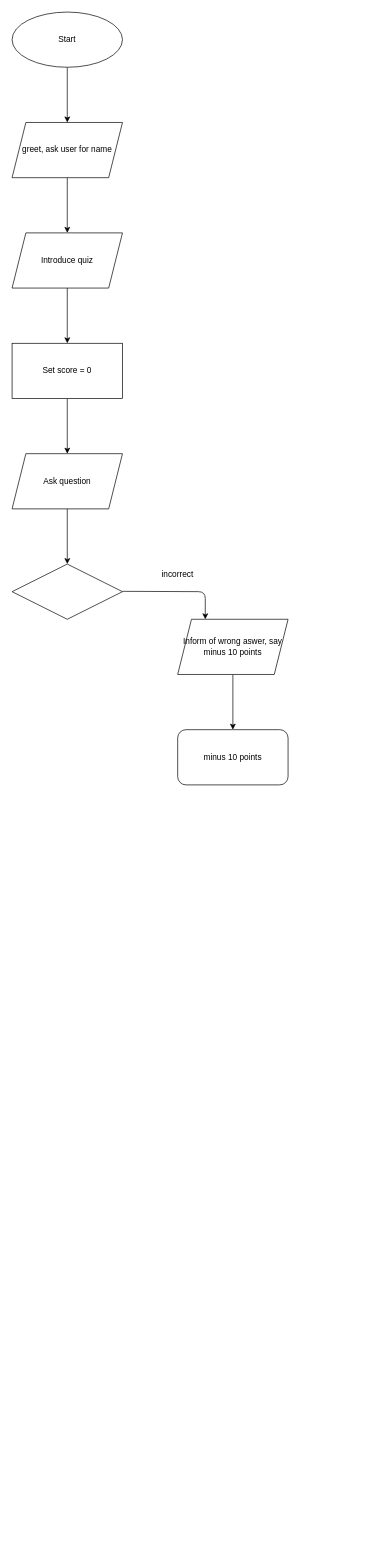
The draw.io diagram main/fLOW CHART.drawio in ASDAH-Digtal/level-1-python-quiz-tevita-man, before the edit. Source tidied: cells renumbered, new cells numbered last; positions are measured from the earlier drawing's top-left corner, leaving out a move shared by most shapes. Both pictures are drawn from the tidied source at 69%, with x=0, y=0 at pixel (12, 12).
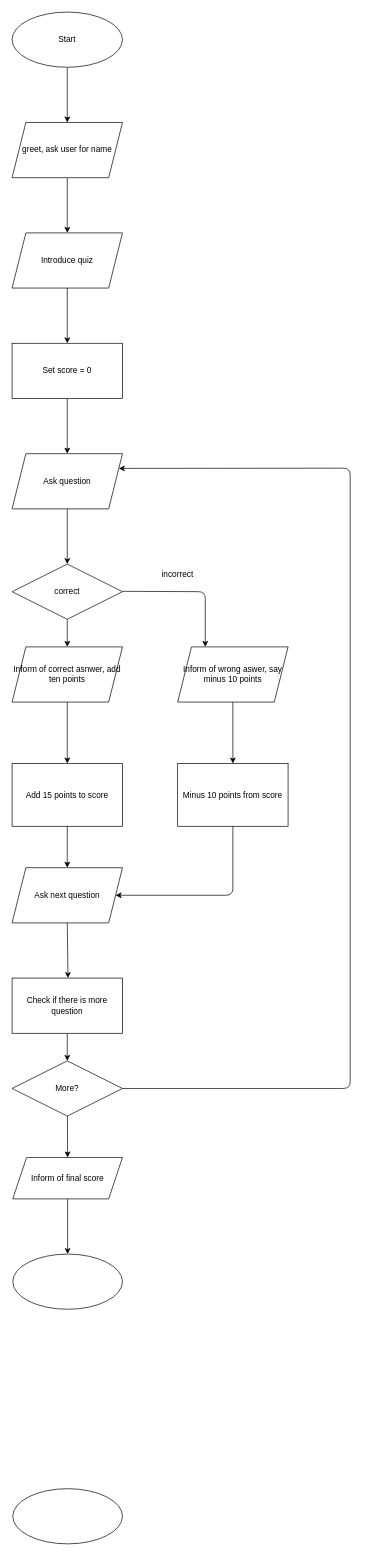
After the change.

Commit message:
Completed flow chart

The change refers to these unchanged cells:
```xml
<mxCell id="11" value="Ask question" style="shape=parallelogram;perimeter=parallelogramPerimeter;whiteSpace=wrap;html=1;fixedSize=1;" parent="1" vertex="1">
  <mxGeometry y="640" width="160" height="80" as="geometry" />
</mxCell>
```

Change to the diagram source:
```diff
@@
+    <mxCell id="18" style="edgeStyle=none;html=1;" parent="1" edge="1" source="12" target="21">
+      <mxGeometry relative="1" as="geometry" />
+    </mxCell>
-    <mxCell id="12" style="rhombus;whiteSpace=wrap;html=1;" parent="1" vertex="1">
+    <mxCell id="12" value="correct" style="rhombus;whiteSpace=wrap;html=1;" parent="1" vertex="1">
       <mxGeometry y="800" width="160" height="80" as="geometry" />
     </mxCell>
-    <mxCell id="13" style="endArrow=classic;html=1;" parent="1" edge="1">
+    <mxCell id="13" style="endArrow=classic;html=1;entryX=0.25;entryY=0;entryDx=0;entryDy=0;" parent="1" edge="1" target="16">
       <mxGeometry relative="1" as="geometry">
         <mxPoint x="160" y="839.5" as="sourcePoint" />
-        <mxPoint x="280" y="880" as="targetPoint" />
         <Array as="points">
           <mxPoint x="280" y="840" />
         </Array>
       </mxGeometry>
     </mxCell>
@@
-    <mxCell id="15" style="edgeStyle=none;html=1;exitX=0.5;exitY=1;exitDx=0;exitDy=0;entryX=0.5;entryY=0;entryDx=0;entryDy=0;" parent="1" edge="1" source="16" target="17">
-      <mxGeometry relative="1" as="geometry" />
-    </mxCell>
+    <mxCell id="19" style="edgeStyle=none;html=1;" parent="1" edge="1" source="16" target="23">
+      <mxGeometry relative="1" as="geometry" />
+    </mxCell>
     <mxCell id="16" value="Inform of wrong aswer, say minus 10 points" style="shape=parallelogram;perimeter=parallelogramPerimeter;whiteSpace=wrap;html=1;fixedSize=1;" parent="1" vertex="1">
-      <mxGeometry x="240" y="880" width="160" height="80" as="geometry" />
+      <mxGeometry x="240" y="920" width="160" height="80" as="geometry" />
     </mxCell>
-    <mxCell id="17" value="minus 10 points" style="rounded=1;whiteSpace=wrap;html=1;" parent="1" vertex="1">
-      <mxGeometry x="240" y="1040" width="160" height="80" as="geometry" />
-    </mxCell>
+    <mxCell id="20" style="edgeStyle=none;html=1;" parent="1" edge="1" source="21" target="25">
+      <mxGeometry relative="1" as="geometry" />
+    </mxCell>
+    <mxCell id="21" value="Inform of correct asnwer, add ten points" style="shape=parallelogram;perimeter=parallelogramPerimeter;whiteSpace=wrap;html=1;fixedSize=1;" parent="1" vertex="1">
+      <mxGeometry y="920" width="160" height="80" as="geometry" />
+    </mxCell>
+    <mxCell id="22" style="edgeStyle=none;html=1;exitX=0.5;exitY=1;exitDx=0;exitDy=0;entryX=1;entryY=0.5;entryDx=0;entryDy=0;" parent="1" edge="1" source="23" target="27">
+      <mxGeometry relative="1" as="geometry">
+        <Array as="points">
+          <mxPoint x="320" y="1280" />
+        </Array>
+      </mxGeometry>
+    </mxCell>
+    <mxCell id="23" value="Minus 10 points from score" style="rounded=0;whiteSpace=wrap;html=1;" parent="1" vertex="1">
+      <mxGeometry x="240" y="1089" width="160" height="91" as="geometry" />
+    </mxCell>
+    <mxCell id="24" style="edgeStyle=none;html=1;exitX=0.5;exitY=1;exitDx=0;exitDy=0;entryX=0.5;entryY=0;entryDx=0;entryDy=0;" parent="1" edge="1" source="25" target="27">
+      <mxGeometry relative="1" as="geometry" />
+    </mxCell>
+    <mxCell id="25" value="Add 15 points to score" style="rounded=0;whiteSpace=wrap;html=1;" parent="1" vertex="1">
+      <mxGeometry y="1089" width="160" height="91" as="geometry" />
+    </mxCell>
+    <mxCell id="26" style="edgeStyle=none;html=1;exitX=0.5;exitY=1;exitDx=0;exitDy=0;entryX=0.5;entryY=0;entryDx=0;entryDy=0;" parent="1" edge="1" source="27">
+      <mxGeometry relative="1" as="geometry">
+        <mxPoint x="81" y="1400" as="targetPoint" />
+      </mxGeometry>
+    </mxCell>
+    <mxCell id="27" value="Ask next question" style="shape=parallelogram;perimeter=parallelogramPerimeter;whiteSpace=wrap;html=1;fixedSize=1;" parent="1" vertex="1">
+      <mxGeometry y="1240" width="160" height="80" as="geometry" />
+    </mxCell>
+    <mxCell id="28" style="ellipse;whiteSpace=wrap;html=1;" parent="1" vertex="1">
+      <mxGeometry x="1" y="2140" width="159" height="80" as="geometry" />
+    </mxCell>
+    <mxCell id="29" style="edgeStyle=none;html=1;exitX=0.5;exitY=1;exitDx=0;exitDy=0;entryX=0.5;entryY=0;entryDx=0;entryDy=0;" parent="1" edge="1" source="30" target="33">
+      <mxGeometry relative="1" as="geometry" />
+    </mxCell>
+    <mxCell id="30" value="Check if there is more question" style="rounded=0;whiteSpace=wrap;html=1;" parent="1" vertex="1">
+      <mxGeometry y="1400" width="160" height="80" as="geometry" />
+    </mxCell>
+    <mxCell id="31" style="edgeStyle=none;html=1;entryX=0.5;entryY=0;entryDx=0;entryDy=0;" parent="1" edge="1" source="33" target="35">
+      <mxGeometry relative="1" as="geometry" />
+    </mxCell>
+    <mxCell id="32" style="edgeStyle=none;html=1;exitX=1;exitY=0.5;exitDx=0;exitDy=0;entryX=1;entryY=0.25;entryDx=0;entryDy=0;" parent="1" edge="1" source="33" target="11">
+      <mxGeometry relative="1" as="geometry">
+        <Array as="points">
+          <mxPoint x="490" y="1560" />
+          <mxPoint x="490" y="661" />
+        </Array>
+      </mxGeometry>
+    </mxCell>
+    <mxCell id="33" value="More?" style="rhombus;whiteSpace=wrap;html=1;" parent="1" vertex="1">
+      <mxGeometry y="1520" width="160" height="80" as="geometry" />
+    </mxCell>
+    <mxCell id="34" style="edgeStyle=none;html=1;exitX=0.5;exitY=1;exitDx=0;exitDy=0;entryX=0.5;entryY=0;entryDx=0;entryDy=0;" parent="1" edge="1" source="35" target="36">
+      <mxGeometry relative="1" as="geometry" />
+    </mxCell>
+    <mxCell id="35" value="Inform of final score" style="shape=parallelogram;perimeter=parallelogramPerimeter;whiteSpace=wrap;html=1;fixedSize=1;" parent="1" vertex="1">
+      <mxGeometry x="1" y="1660" width="159" height="60" as="geometry" />
+    </mxCell>
+    <mxCell id="36" style="ellipse;whiteSpace=wrap;html=1;" parent="1" vertex="1">
+      <mxGeometry x="1" y="1800" width="159" height="80" as="geometry" />
+    </mxCell>
```
